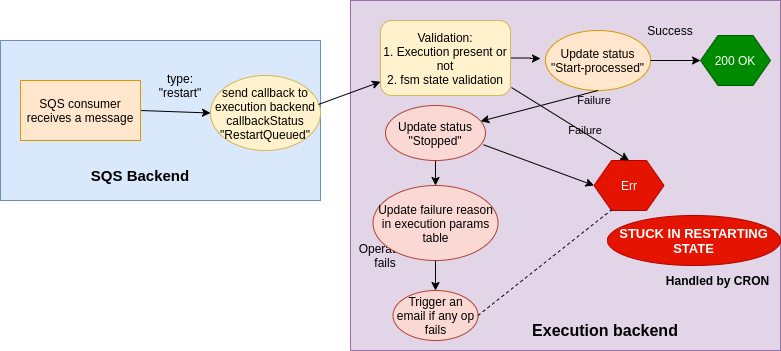
The draw.io diagram restart_queue_processing.png in prodipta/blueshift-resouce, before a commit. Source tidied: cells renumbered, new cells last; positions are measured from the earlier drawing's top-left corner, leaving out a move shared by most shapes.
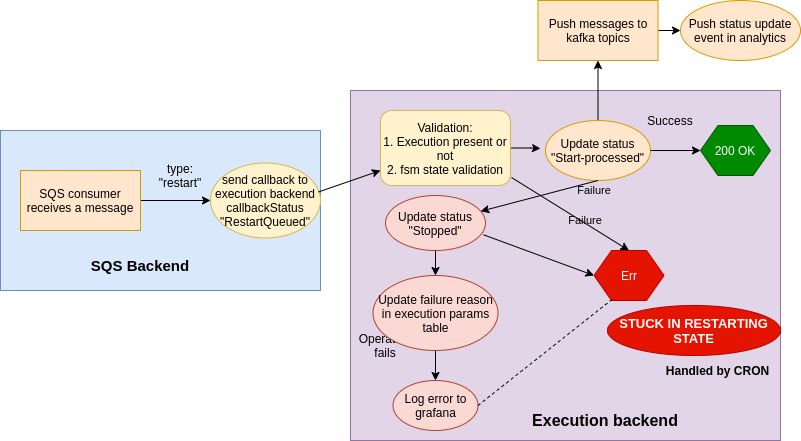
Above is the later version.

Change to the diagram source:
```diff
@@ -18,7 +18,7 @@
       <mxGeometry x="20" y="80" width="120" height="60" as="geometry" />
     </mxCell>
     <mxCell id="7" value="&lt;div&gt;send callback to execution backend callbackStatus &quot;RestartQueued&quot;&lt;/div&gt;" style="ellipse;whiteSpace=wrap;html=1;fillColor=#fff2cc;strokeColor=#d6b656;" parent="1" vertex="1">
-      <mxGeometry x="210" y="75" width="110" height="75" as="geometry" />
+      <mxGeometry x="210" y="72.5" width="110" height="75" as="geometry" />
     </mxCell>
     <mxCell id="8" value="SQS Backend" style="text;html=1;strokeColor=none;fillColor=none;align=center;verticalAlign=middle;whiteSpace=wrap;rounded=0;fontStyle=1;fontSize=15;" parent="1" vertex="1">
       <mxGeometry x="85" y="165" width="110" height="20" as="geometry" />
@@ -49,7 +49,7 @@
     <mxCell id="16" value="Operation fails" style="text;html=1;strokeColor=none;fillColor=none;align=center;verticalAlign=middle;whiteSpace=wrap;rounded=0;" parent="1" vertex="1">
       <mxGeometry x="350" y="245" width="70" height="20" as="geometry" />
     </mxCell>
-    <mxCell id="17" value="Trigger an email if any op fails" style="ellipse;whiteSpace=wrap;html=1;fillColor=#fad9d5;strokeColor=#ae4132;" parent="1" vertex="1">
+    <mxCell id="17" value="Log error to grafana" style="ellipse;whiteSpace=wrap;html=1;fillColor=#fad9d5;strokeColor=#ae4132;" parent="1" vertex="1">
       <mxGeometry x="392.5" y="290" width="85" height="50" as="geometry" />
     </mxCell>
     <mxCell id="18" value="STUCK IN RESTARTING STATE" style="ellipse;whiteSpace=wrap;html=1;fillColor=#e51400;strokeColor=#B20000;fontColor=#ffffff;fontStyle=1;fontSize=13;" parent="1" vertex="1">
@@ -58,6 +58,9 @@
     <mxCell id="19" style="endArrow=none;dashed=1;html=1;exitX=1;exitY=0.5;exitDx=0;exitDy=0;entryX=0.257;entryY=0.98;entryDx=0;entryDy=0;entryPerimeter=0;" parent="1" edge="1" source="17" target="15">
       <mxGeometry relative="1" as="geometry" />
     </mxCell>
+    <mxCell id="32" style="edgeStyle=orthogonalEdgeStyle;rounded=0;jettySize=auto;html=1;" parent="1" edge="1" source="20" target="34">
+      <mxGeometry relative="1" as="geometry" />
+    </mxCell>
     <mxCell id="20" value="Update status &quot;Start-processed&quot;" style="ellipse;whiteSpace=wrap;html=1;fillColor=#ffe6cc;strokeColor=#d79b00;" parent="1" vertex="1">
       <mxGeometry x="545" y="30" width="105" height="60" as="geometry" />
     </mxCell>
@@ -98,5 +101,14 @@
     <mxCell id="31" value="Update failure reason in execution params table" style="ellipse;whiteSpace=wrap;html=1;fillColor=#fad9d5;strokeColor=#ae4132;" parent="1" vertex="1">
       <mxGeometry x="372.5" y="185" width="125" height="75" as="geometry" />
     </mxCell>
+    <mxCell id="33" style="edgeStyle=orthogonalEdgeStyle;rounded=0;jettySize=auto;html=1;" parent="1" edge="1" source="34" target="35">
+      <mxGeometry relative="1" as="geometry" />
+    </mxCell>
+    <mxCell id="34" value="Push messages to kafka topics" style="whiteSpace=wrap;html=1;strokeColor=#d79b00;fillColor=#ffe6cc;" parent="1" vertex="1">
+      <mxGeometry x="537.5" y="-90" width="120" height="60" as="geometry" />
+    </mxCell>
+    <mxCell id="35" value="Push status update event in analytics" style="ellipse;whiteSpace=wrap;html=1;strokeColor=#d79b00;fillColor=#ffe6cc;" parent="1" vertex="1">
+      <mxGeometry x="680" y="-90" width="120" height="60" as="geometry" />
+    </mxCell>
   </root>
 </mxGraphModel>
```
